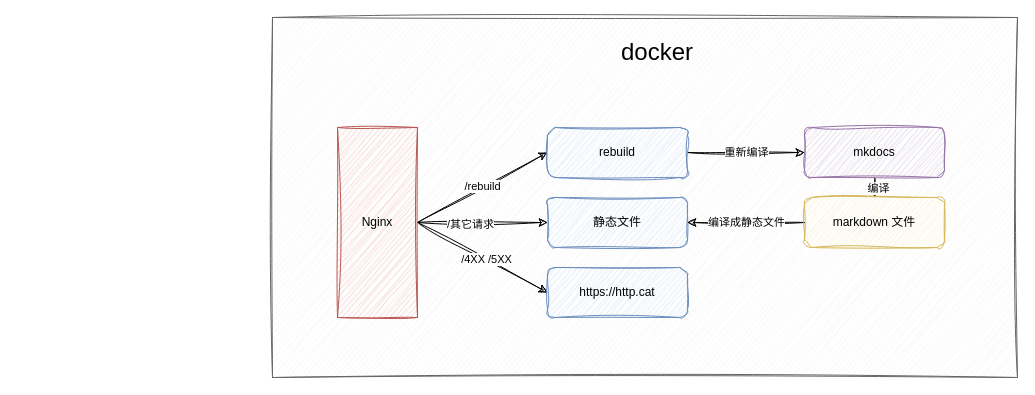
Above: me/note.drawio in LanSeTianYe/draw (draw.io), before the change. Source tidied: cells renumbered, new cells numbered last; positions are measured from the earlier drawing's top-left corner, leaving out a move shared by most shapes. Both pictures are drawn from the tidied source at 100%, with x=0, y=0 at pixel (272, 17). Pictures stored in the file or linked from it are replaced by grey dashed boxes.
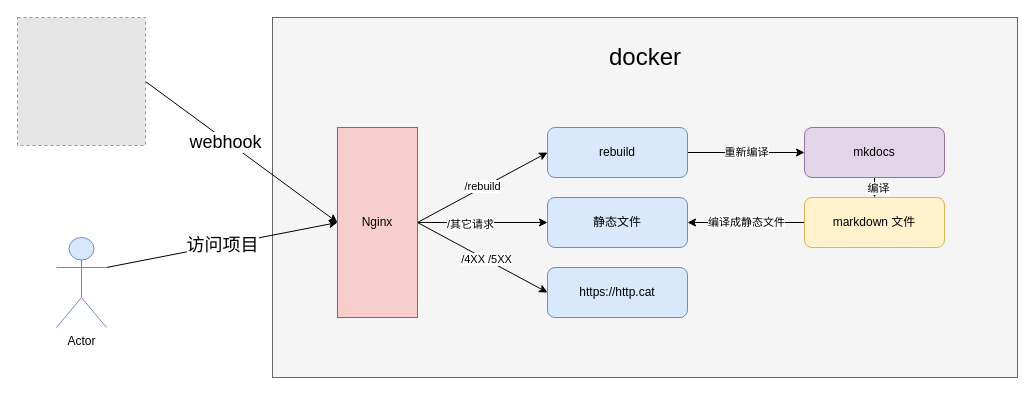
Above is the later version.

The edit, as a diff of the source:
```diff
@@
-    <mxCell id="2" style="rounded=0;whiteSpace=wrap;html=1;sketch=1;curveFitting=1;jiggle=2;fillColor=#f5f5f5;fontColor=#333333;strokeColor=#666666;" parent="1" vertex="1">
+    <mxCell id="2" style="rounded=0;whiteSpace=wrap;html=1;fillColor=#f5f5f5;fontColor=#333333;strokeColor=#666666;" parent="1" vertex="1">
       <mxGeometry width="745" height="360" as="geometry" />
     </mxCell>
-    <mxCell id="3" value="&lt;font style=&quot;font-size: 24px;&quot;&gt;docker&lt;/font&gt;" style="text;html=1;align=center;verticalAlign=middle;whiteSpace=wrap;rounded=0;sketch=1;curveFitting=1;jiggle=2;" parent="1" vertex="1">
-      <mxGeometry x="95" y="15" width="580" height="40" as="geometry" />
+    <mxCell id="3" value="&lt;font style=&quot;font-size: 24px;&quot;&gt;docker&lt;/font&gt;" style="text;html=1;align=center;verticalAlign=middle;whiteSpace=wrap;rounded=0;" parent="1" vertex="1">
+      <mxGeometry x="82.5" y="20" width="580" height="40" as="geometry" />
     </mxCell>
-    <mxCell id="4" style="edgeStyle=orthogonalEdgeStyle;rounded=0;jettySize=auto;html=1;sketch=1;curveFitting=1;jiggle=2;" parent="1" edge="1" source="10" target="16">
+    <mxCell id="4" style="edgeStyle=orthogonalEdgeStyle;rounded=0;jettySize=auto;html=1;" parent="1" edge="1" source="10" target="16">
       <mxGeometry relative="1" as="geometry" />
     </mxCell>
-    <mxCell id="5" value="/其它请求" style="edgeLabel;html=1;align=center;verticalAlign=middle;sketch=1;curveFitting=1;jiggle=2;" parent="4" vertex="1">
+    <mxCell id="5" value="/其它请求" style="edgeLabel;html=1;align=center;verticalAlign=middle;" parent="4" vertex="1">
       <mxGeometry x="-0.2" y="-1" relative="1" as="geometry" />
     </mxCell>
-    <mxCell id="6" style="rounded=0;jettySize=auto;html=1;exitX=1;exitY=0.5;exitDx=0;exitDy=0;entryX=0;entryY=0.5;entryDx=0;entryDy=0;sketch=1;curveFitting=1;jiggle=2;" parent="1" edge="1" source="10" target="17">
+    <mxCell id="6" style="rounded=0;jettySize=auto;html=1;exitX=1;exitY=0.5;exitDx=0;exitDy=0;entryX=0;entryY=0.5;entryDx=0;entryDy=0;" parent="1" edge="1" source="10" target="17">
       <mxGeometry relative="1" as="geometry" />
     </mxCell>
-    <mxCell id="7" value="/4XX /5XX" style="edgeLabel;html=1;align=center;verticalAlign=middle;sketch=1;curveFitting=1;jiggle=2;" parent="6" vertex="1">
+    <mxCell id="7" value="/4XX /5XX" style="edgeLabel;html=1;align=center;verticalAlign=middle;" parent="6" vertex="1">
       <mxGeometry x="0.05" relative="1" as="geometry" />
     </mxCell>
-    <mxCell id="8" style="rounded=0;jettySize=auto;html=1;exitX=1;exitY=0.5;exitDx=0;exitDy=0;entryX=0;entryY=0.5;entryDx=0;entryDy=0;sketch=1;curveFitting=1;jiggle=2;" parent="1" edge="1" source="10" target="12">
+    <mxCell id="8" style="rounded=0;jettySize=auto;html=1;exitX=1;exitY=0.5;exitDx=0;exitDy=0;entryX=0;entryY=0.5;entryDx=0;entryDy=0;" parent="1" edge="1" source="10" target="12">
       <mxGeometry relative="1" as="geometry" />
     </mxCell>
-    <mxCell id="9" value="/rebuild" style="edgeLabel;html=1;align=center;verticalAlign=middle;sketch=1;curveFitting=1;jiggle=2;" parent="8" vertex="1">
+    <mxCell id="9" value="/rebuild" style="edgeLabel;html=1;align=center;verticalAlign=middle;" parent="8" vertex="1">
       <mxGeometry y="2" relative="1" as="geometry" />
     </mxCell>
-    <mxCell id="10" value="Nginx" style="rounded=0;whiteSpace=wrap;html=1;fillColor=#f8cecc;strokeColor=#b85450;sketch=1;curveFitting=1;jiggle=2;" parent="1" vertex="1">
+    <mxCell id="10" value="Nginx" style="rounded=0;whiteSpace=wrap;html=1;fillColor=#f8cecc;strokeColor=#b85450;" parent="1" vertex="1">
       <mxGeometry x="65" y="110" width="80" height="190" as="geometry" />
     </mxCell>
-    <mxCell id="11" value="&lt;span&gt;重新编译&lt;/span&gt;" style="edgeStyle=orthogonalEdgeStyle;rounded=0;jettySize=auto;html=1;exitX=1;exitY=0.5;exitDx=0;exitDy=0;entryX=0;entryY=0.5;entryDx=0;entryDy=0;sketch=1;curveFitting=1;jiggle=2;" parent="1" edge="1" source="12" target="15">
+    <mxCell id="11" value="&lt;span&gt;重新编译&lt;/span&gt;" style="edgeStyle=orthogonalEdgeStyle;rounded=0;jettySize=auto;html=1;exitX=1;exitY=0.5;exitDx=0;exitDy=0;entryX=0;entryY=0.5;entryDx=0;entryDy=0;" parent="1" edge="1" source="12" target="15">
       <mxGeometry x="0.01" relative="1" as="geometry" />
     </mxCell>
-    <mxCell id="12" value="rebuild" style="rounded=1;whiteSpace=wrap;html=1;fillColor=#dae8fc;strokeColor=#6c8ebf;sketch=1;curveFitting=1;jiggle=2;" parent="1" vertex="1">
+    <mxCell id="12" value="rebuild" style="rounded=1;whiteSpace=wrap;html=1;fillColor=#dae8fc;strokeColor=#6c8ebf;" parent="1" vertex="1">
       <mxGeometry x="275" y="110" width="140" height="50" as="geometry" />
     </mxCell>
-    <mxCell id="13" style="edgeStyle=orthogonalEdgeStyle;rounded=0;jettySize=auto;html=1;exitX=0.5;exitY=1;exitDx=0;exitDy=0;entryX=0.5;entryY=0;entryDx=0;entryDy=0;sketch=1;curveFitting=1;jiggle=2;" parent="1" edge="1" source="15" target="20">
+    <mxCell id="13" style="edgeStyle=orthogonalEdgeStyle;rounded=0;jettySize=auto;html=1;exitX=0.5;exitY=1;exitDx=0;exitDy=0;entryX=0.5;entryY=0;entryDx=0;entryDy=0;" parent="1" edge="1" source="15" target="20">
       <mxGeometry relative="1" as="geometry" />
     </mxCell>
-    <mxCell id="14" value="编译" style="edgeLabel;html=1;align=center;verticalAlign=middle;sketch=1;curveFitting=1;jiggle=2;" parent="13" vertex="1">
+    <mxCell id="14" value="编译" style="edgeLabel;html=1;align=center;verticalAlign=middle;" parent="13" vertex="1">
       <mxGeometry y="3" relative="1" as="geometry" />
     </mxCell>
-    <mxCell id="15" value="mkdocs" style="rounded=1;whiteSpace=wrap;html=1;fillColor=#e1d5e7;strokeColor=#9673a6;sketch=1;curveFitting=1;jiggle=2;" parent="1" vertex="1">
+    <mxCell id="15" value="mkdocs" style="rounded=1;whiteSpace=wrap;html=1;fillColor=#e1d5e7;strokeColor=#9673a6;" parent="1" vertex="1">
       <mxGeometry x="532" y="110" width="140" height="50" as="geometry" />
     </mxCell>
-    <mxCell id="16" value="静态文件" style="rounded=1;whiteSpace=wrap;html=1;fillColor=#dae8fc;strokeColor=#6c8ebf;sketch=1;curveFitting=1;jiggle=2;" parent="1" vertex="1">
+    <mxCell id="16" value="静态文件" style="rounded=1;whiteSpace=wrap;html=1;fillColor=#dae8fc;strokeColor=#6c8ebf;" parent="1" vertex="1">
       <mxGeometry x="275" y="180" width="140" height="50" as="geometry" />
     </mxCell>
-    <mxCell id="17" value="https://http.cat" style="rounded=1;whiteSpace=wrap;html=1;fillColor=#dae8fc;strokeColor=#6c8ebf;sketch=1;curveFitting=1;jiggle=2;" parent="1" vertex="1">
+    <mxCell id="17" value="https://http.cat" style="rounded=1;whiteSpace=wrap;html=1;fillColor=#dae8fc;strokeColor=#6c8ebf;" parent="1" vertex="1">
       <mxGeometry x="275" y="250" width="140" height="50" as="geometry" />
     </mxCell>
-    <mxCell id="18" style="edgeStyle=orthogonalEdgeStyle;rounded=0;jettySize=auto;html=1;exitX=0;exitY=0.5;exitDx=0;exitDy=0;entryX=1;entryY=0.5;entryDx=0;entryDy=0;sketch=1;curveFitting=1;jiggle=2;" parent="1" edge="1" source="20" target="16">
+    <mxCell id="18" style="edgeStyle=orthogonalEdgeStyle;rounded=0;jettySize=auto;html=1;exitX=0;exitY=0.5;exitDx=0;exitDy=0;entryX=1;entryY=0.5;entryDx=0;entryDy=0;" parent="1" edge="1" source="20" target="16">
       <mxGeometry relative="1" as="geometry" />
     </mxCell>
-    <mxCell id="19" value="&lt;span style=&quot;text-align: right;&quot;&gt;编译成静态文件&lt;/span&gt;" style="edgeLabel;html=1;align=center;verticalAlign=middle;sketch=1;curveFitting=1;jiggle=2;" parent="18" vertex="1">
+    <mxCell id="19" value="&lt;span style=&quot;text-align: right;&quot;&gt;编译成静态文件&lt;/span&gt;" style="edgeLabel;html=1;align=center;verticalAlign=middle;" parent="18" vertex="1">
       <mxGeometry x="0.01" y="-1" relative="1" as="geometry" />
     </mxCell>
-    <mxCell id="20" value="markdown 文件" style="rounded=1;whiteSpace=wrap;html=1;fillColor=#fff2cc;strokeColor=#d6b656;sketch=1;curveFitting=1;jiggle=2;" parent="1" vertex="1">
+    <mxCell id="20" value="markdown 文件" style="rounded=1;whiteSpace=wrap;html=1;fillColor=#fff2cc;strokeColor=#d6b656;" parent="1" vertex="1">
       <mxGeometry x="532" y="180" width="140" height="50" as="geometry" />
     </mxCell>
+    <mxCell id="21" style="rounded=0;jettySize=auto;html=1;exitX=1;exitY=0.5;exitDx=0;exitDy=0;entryX=0;entryY=0.5;entryDx=0;entryDy=0;" parent="1" edge="1" source="23" target="10">
+      <mxGeometry relative="1" as="geometry" />
+    </mxCell>
+    <mxCell id="22" value="&lt;font style=&quot;font-size: 18px;&quot;&gt;webhook&lt;/font&gt;" style="edgeLabel;html=1;align=center;verticalAlign=middle;" parent="21" vertex="1">
+      <mxGeometry x="-0.16" y="-2" relative="1" as="geometry" />
+    </mxCell>
+    <mxCell id="23" style="fillColor=#E6E6E6;strokeColor=#999999;dashed=1;html=1;verticalAlign=top;verticalLabelPosition=bottom;labelBackgroundColor=#ffffff;" parent="1" vertex="1">
+      <mxGeometry x="-255" width="128" height="128" as="geometry" />
+    </mxCell>
+    <mxCell id="24" style="rounded=0;jettySize=auto;html=1;exitX=1;exitY=0.3333333333333333;exitDx=0;exitDy=0;exitPerimeter=0;entryX=0;entryY=0.5;entryDx=0;entryDy=0;" parent="1" edge="1" source="26" target="10">
+      <mxGeometry relative="1" as="geometry" />
+    </mxCell>
+    <mxCell id="25" value="&lt;font style=&quot;font-size: 18px;&quot;&gt;访问项目&lt;/font&gt;" style="edgeLabel;html=1;align=center;verticalAlign=middle;" parent="24" vertex="1">
+      <mxGeometry relative="1" as="geometry" />
+    </mxCell>
+    <mxCell id="26" value="Actor" style="shape=umlActor;verticalLabelPosition=bottom;verticalAlign=top;html=1;outlineConnect=0;fillColor=#dae8fc;strokeColor=#6c8ebf;" parent="1" vertex="1">
+      <mxGeometry x="-216" y="220" width="50" height="90" as="geometry" />
+    </mxCell>
```
